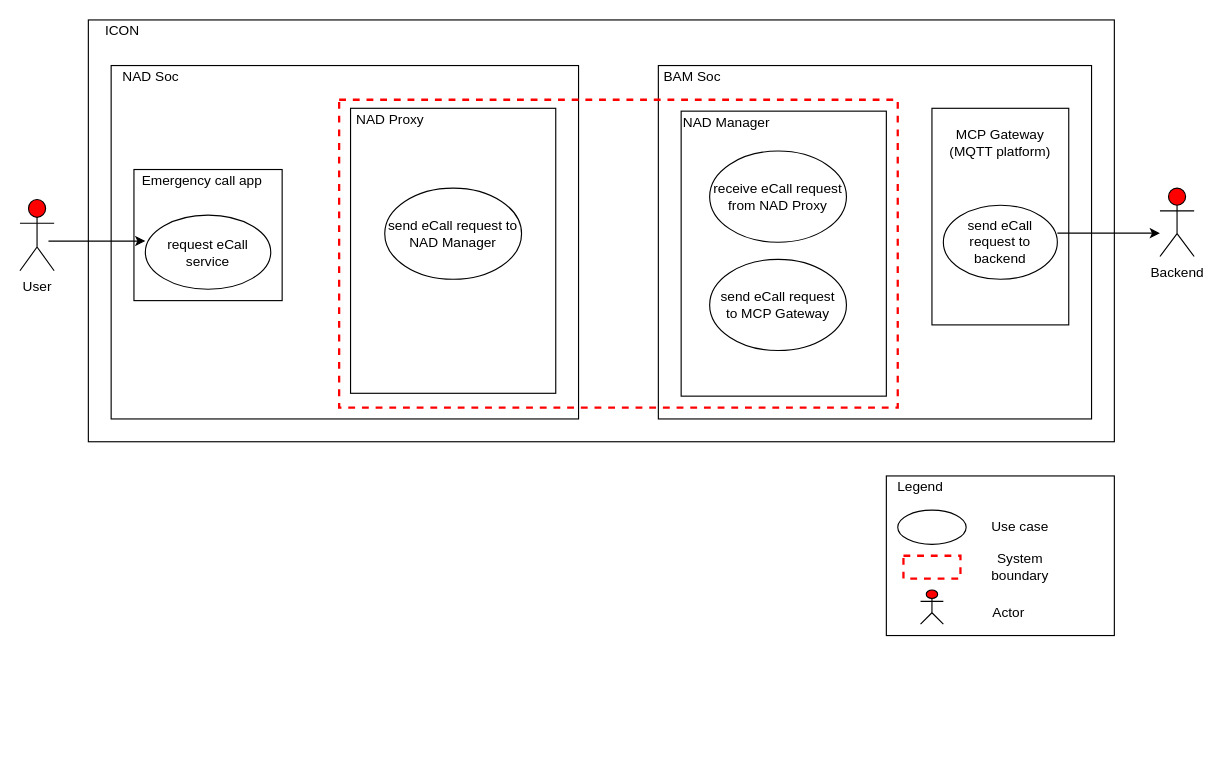
This is page "emergency_call" (11 of 11) of doc/SA cert/Design/usecase.drawio from taikt/codefun, a draw.io file, before an edit. Source tidied: cells renumbered, new cells numbered last; positions are measured from the earlier drawing's top-left corner, leaving out a move shared by most shapes. Both pictures are drawn from the tidied source at 114%, with x=0, y=0 at pixel (19, 19).
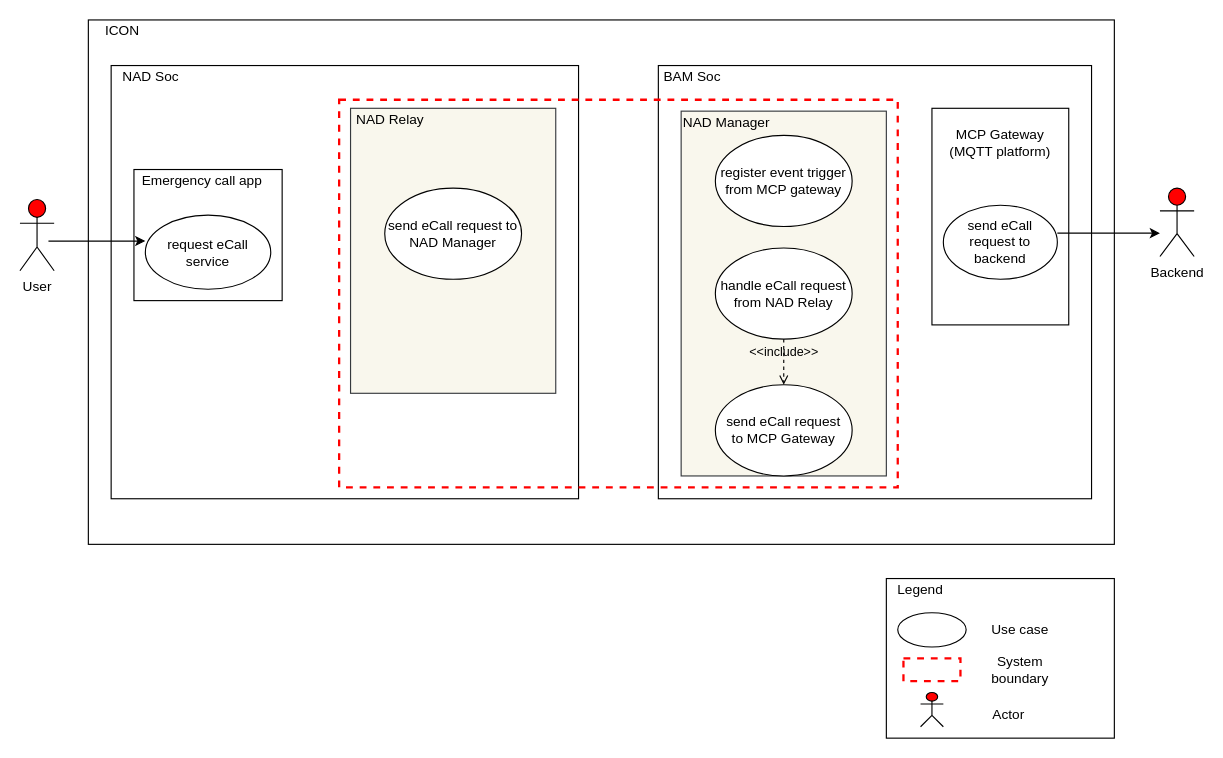
The same page after the edit.

The edit, as a diff of the source:
```diff
@@
     <mxCell id="3" style="rounded=0;whiteSpace=wrap;html=1;strokeWidth=1;fillColor=none;" parent="1" vertex="1">
-      <mxGeometry x="760" y="400" width="200" height="140" as="geometry" />
+      <mxGeometry x="760" y="490" width="200" height="140" as="geometry" />
     </mxCell>
     <mxCell id="4" style="ellipse;whiteSpace=wrap;html=1;strokeColor=#000000;strokeWidth=1;fillColor=none;" parent="1" vertex="1">
-      <mxGeometry x="770" y="430" width="60" height="30" as="geometry" />
+      <mxGeometry x="770" y="520" width="60" height="30" as="geometry" />
     </mxCell>
     <mxCell id="5" value="Use case" style="text;html=1;strokeColor=none;fillColor=none;align=center;verticalAlign=middle;whiteSpace=wrap;rounded=0;" parent="1" vertex="1">
-      <mxGeometry x="845" y="435" width="65" height="20" as="geometry" />
+      <mxGeometry x="845" y="525" width="65" height="20" as="geometry" />
     </mxCell>
     <mxCell id="6" style="rounded=0;whiteSpace=wrap;html=1;fillColor=none;strokeColor=#FF0000;dashed=1;strokeWidth=2;" parent="1" vertex="1">
-      <mxGeometry x="775" y="470" width="50" height="20" as="geometry" />
+      <mxGeometry x="775" y="560" width="50" height="20" as="geometry" />
     </mxCell>
     <mxCell id="7" value="System boundary" style="text;html=1;strokeColor=none;fillColor=none;align=center;verticalAlign=middle;whiteSpace=wrap;rounded=0;" parent="1" vertex="1">
-      <mxGeometry x="845" y="470" width="65" height="20" as="geometry" />
+      <mxGeometry x="845" y="560" width="65" height="20" as="geometry" />
     </mxCell>
     <mxCell id="8" style="shape=umlActor;verticalLabelPosition=bottom;verticalAlign=top;html=1;fillColor=#FF0000;" parent="1" vertex="1">
-      <mxGeometry x="790" y="500" width="20" height="30" as="geometry" />
+      <mxGeometry x="790" y="590" width="20" height="30" as="geometry" />
     </mxCell>
     <mxCell id="9" value="Actor" style="text;html=1;strokeColor=none;fillColor=none;align=center;verticalAlign=middle;whiteSpace=wrap;rounded=0;" parent="1" vertex="1">
-      <mxGeometry x="835" y="510" width="65" height="20" as="geometry" />
+      <mxGeometry x="835" y="600" width="65" height="20" as="geometry" />
     </mxCell>
     <mxCell id="10" value="Legend" style="text;html=1;strokeColor=none;fillColor=none;align=center;verticalAlign=middle;whiteSpace=wrap;rounded=0;" parent="1" vertex="1">
-      <mxGeometry x="770" y="400" width="40" height="20" as="geometry" />
+      <mxGeometry x="770" y="490" width="40" height="20" as="geometry" />
     </mxCell>
     <mxCell id="11" style="rounded=0;whiteSpace=wrap;html=1;" parent="1" vertex="1">
-      <mxGeometry x="60" width="900" height="370" as="geometry" />
+      <mxGeometry x="60" width="900" height="460" as="geometry" />
     </mxCell>
     <mxCell id="12" style="rounded=0;whiteSpace=wrap;html=1;" parent="1" vertex="1">
-      <mxGeometry x="560" y="40" width="380" height="310" as="geometry" />
+      <mxGeometry x="560" y="40" width="380" height="380" as="geometry" />
     </mxCell>
     <mxCell id="13" style="rounded=0;whiteSpace=wrap;html=1;" parent="1" vertex="1">
-      <mxGeometry x="80" y="40" width="410" height="310" as="geometry" />
+      <mxGeometry x="80" y="40" width="410" height="380" as="geometry" />
     </mxCell>
@@
     <mxCell id="22" style="rounded=0;whiteSpace=wrap;html=1;fillColor=none;strokeColor=#FF0000;dashed=1;strokeWidth=2;" parent="1" vertex="1">
-      <mxGeometry x="280" y="70" width="490" height="270" as="geometry" />
+      <mxGeometry x="280" y="70" width="490" height="340" as="geometry" />
     </mxCell>
@@
-    <mxCell id="26" style="rounded=0;whiteSpace=wrap;html=1;" parent="1" vertex="1">
-      <mxGeometry x="580" y="80" width="180" height="250" as="geometry" />
+    <mxCell id="26" style="rounded=0;whiteSpace=wrap;html=1;fillColor=#f9f7ed;strokeColor=#36393d;" parent="1" vertex="1">
+      <mxGeometry x="580" y="80" width="180" height="320" as="geometry" />
     </mxCell>
-    <mxCell id="27" value="receive eCall request from NAD Proxy" style="ellipse;whiteSpace=wrap;html=1;" parent="1" vertex="1">
-      <mxGeometry x="605" y="115" width="120" height="80" as="geometry" />
+    <mxCell id="27" value="handle eCall request from NAD Relay" style="ellipse;whiteSpace=wrap;html=1;" parent="1" vertex="1">
+      <mxGeometry x="610" y="200" width="120" height="80" as="geometry" />
     </mxCell>
     <mxCell id="28" value="send eCall request&lt;br&gt;to MCP Gateway" style="ellipse;whiteSpace=wrap;html=1;" parent="1" vertex="1">
-      <mxGeometry x="605" y="210" width="120" height="80" as="geometry" />
+      <mxGeometry x="610" y="320" width="120" height="80" as="geometry" />
     </mxCell>
@@
-    <mxCell id="30" style="rounded=0;whiteSpace=wrap;html=1;" parent="1" vertex="1">
+    <mxCell id="30" style="rounded=0;whiteSpace=wrap;html=1;fillColor=#f9f7ed;strokeColor=#36393d;" parent="1" vertex="1">
       <mxGeometry x="290" y="77.5" width="180" height="250" as="geometry" />
     </mxCell>
-    <mxCell id="31" value="NAD Proxy" style="text;html=1;strokeColor=none;fillColor=none;align=center;verticalAlign=middle;whiteSpace=wrap;rounded=0;" parent="1" vertex="1">
+    <mxCell id="31" value="NAD Relay" style="text;html=1;strokeColor=none;fillColor=none;align=center;verticalAlign=middle;whiteSpace=wrap;rounded=0;" parent="1" vertex="1">
       <mxGeometry x="275" y="77.5" width="100" height="20" as="geometry" />
     </mxCell>
@@
+    <mxCell id="35" value="register event trigger from MCP gateway" style="ellipse;whiteSpace=wrap;html=1;" parent="1" vertex="1">
+      <mxGeometry x="610" y="101.2" width="120" height="80" as="geometry" />
+    </mxCell>
+    <mxCell id="36" value="&amp;lt;&amp;lt;include&amp;gt;&amp;gt;" style="edgeStyle=none;html=1;endArrow=open;verticalAlign=bottom;dashed=1;labelBackgroundColor=none;entryX=0.5;entryY=0;entryDx=0;entryDy=0;" parent="1" edge="1" source="27" target="28">
+      <mxGeometry relative="1" as="geometry" />
+    </mxCell>
```
